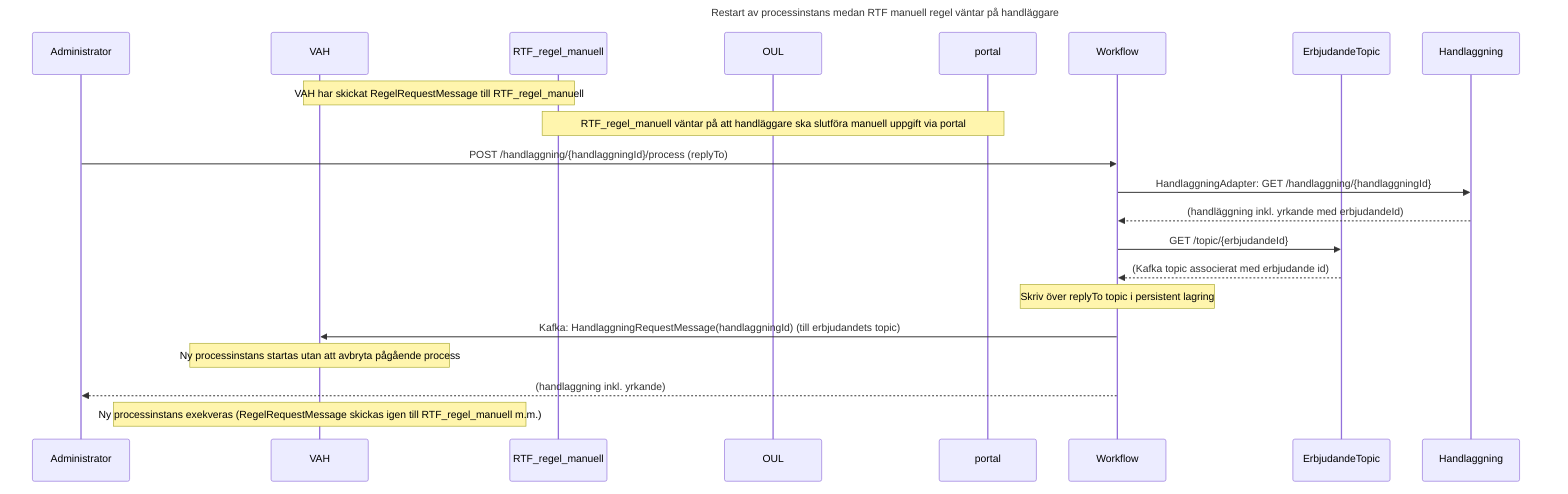
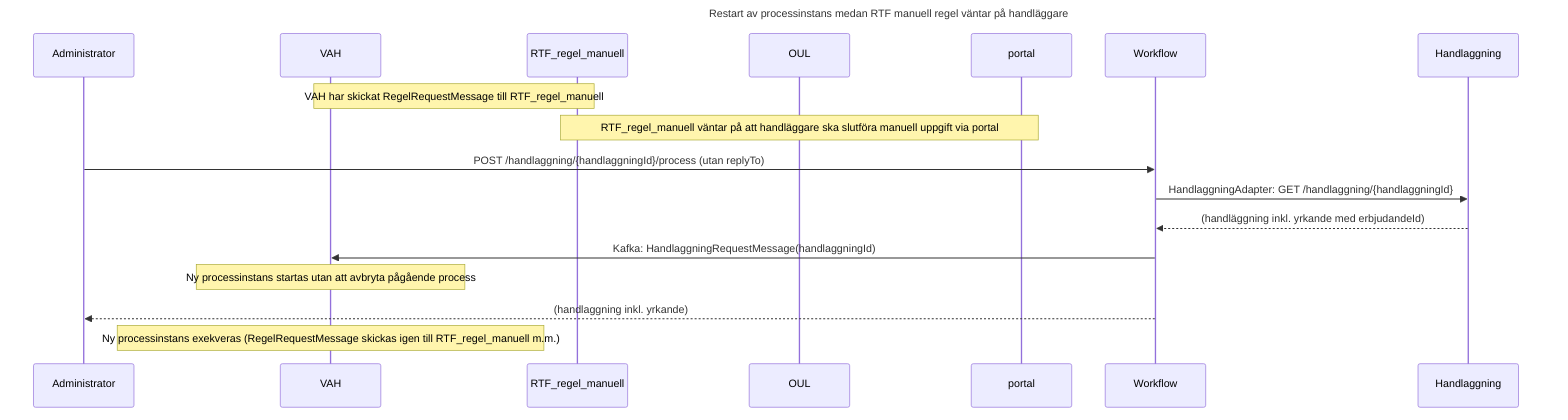
sequenceDiagram
    title Restart av processinstans medan RTF manuell regel väntar på handläggare
    participant Administrator
    participant VAH
    participant RTF_regel_manuell
    participant OUL
    participant portal
    participant Workflow
-     participant ErbjudandeTopic
    participant Handlaggning

    note over VAH,RTF_regel_manuell: VAH har skickat RegelRequestMessage till RTF_regel_manuell
    note over RTF_regel_manuell,portal: RTF_regel_manuell väntar på att handläggare ska slutföra manuell uppgift via portal

-     Administrator ->> Workflow: POST /handlaggning/{handlaggningId}/process (replyTo)
+     Administrator ->> Workflow: POST /handlaggning/{handlaggningId}/process (utan replyTo)
    Workflow ->> Handlaggning: HandlaggningAdapter: GET /handlaggning/{handlaggningId}
    Handlaggning -->> Workflow: (handläggning inkl. yrkande med erbjudandeId)
-     Workflow ->> ErbjudandeTopic: GET /topic/{erbjudandeId}
-     ErbjudandeTopic -->> Workflow: (Kafka topic associerat med erbjudande id)
-     note over Workflow: Skriv över replyTo topic i persistent lagring
-     Workflow ->> VAH: Kafka: HandlaggningRequestMessage(handlaggningId) (till erbjudandets topic)
+     Workflow ->> VAH: Kafka: HandlaggningRequestMessage(handlaggningId)
    note over VAH: Ny processinstans startas utan att avbryta pågående process
    Workflow -->> Administrator: (handlaggning inkl. yrkande)

    note over VAH: Ny processinstans exekveras (RegelRequestMessage skickas igen till RTF_regel_manuell m.m.)